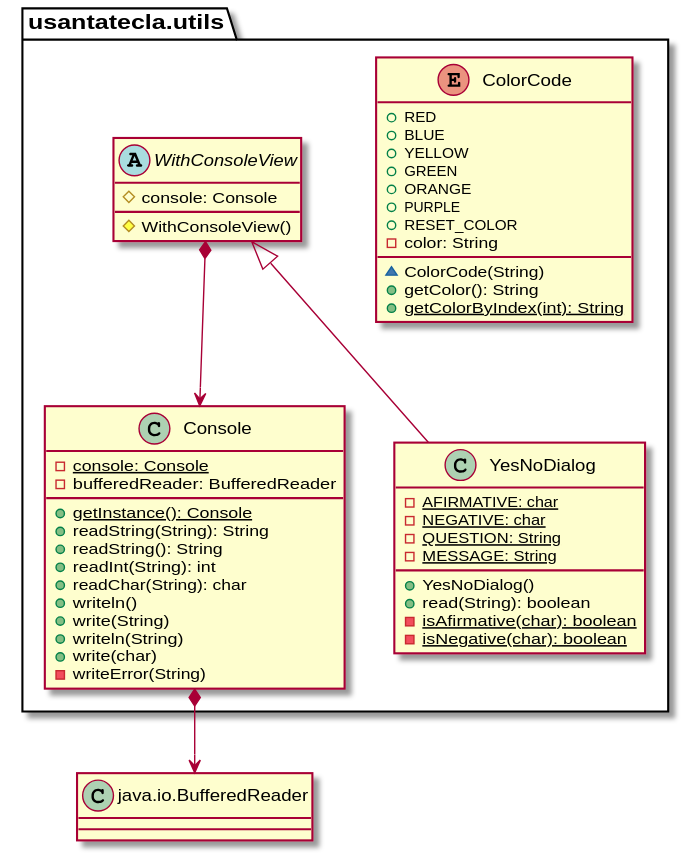
Above: documentView/withoutFactoryMethod/docs/diagrams/out/paquetes/usantatecla.utils.svg in SantaTecla-mastermind/solution.java.swing.socket.sql (PlantUML), before the change. Its diagram source:
```plantuml
@startuml
class BufferedReader as "java.io.BufferedReader"{}

enum usantatecla.utils.ColorCode{
+ RED
+ BLUE
+ YELLOW
+ GREEN
+ ORANGE
+ PURPLE
+ RESET_COLOR
- color: String
~ ColorCode(String)
+ getColor(): String
+ {static} getColorByIndex(int): String
}

class usantatecla.utils.Console{
- {static} console: Console
- bufferedReader: BufferedReader
+ {static} getInstance(): Console
+ readString(String): String
+ readString(): String
+ readInt(String): int
+ readChar(String): char
+ writeln()
+ write(String)
+ writeln(String)
+ write(char)
- writeError(String)
}
usantatecla.utils.Console *-down-> BufferedReader

abstract class usantatecla.utils.WithConsoleView{
# console: Console
# WithConsoleView()
}
usantatecla.utils.WithConsoleView *-down-> usantatecla.utils.Console

class  usantatecla.utils.YesNoDialog{
- {static} AFIRMATIVE: char
- {static} NEGATIVE: char
- {static} QUESTION: String
- {static} MESSAGE: String
+ YesNoDialog()
+ read(String): boolean
- {static} isAfirmative(char): boolean
- {static} isNegative(char): boolean
}
usantatecla.utils.WithConsoleView <|-down- usantatecla.utils.YesNoDialog
@enduml
```
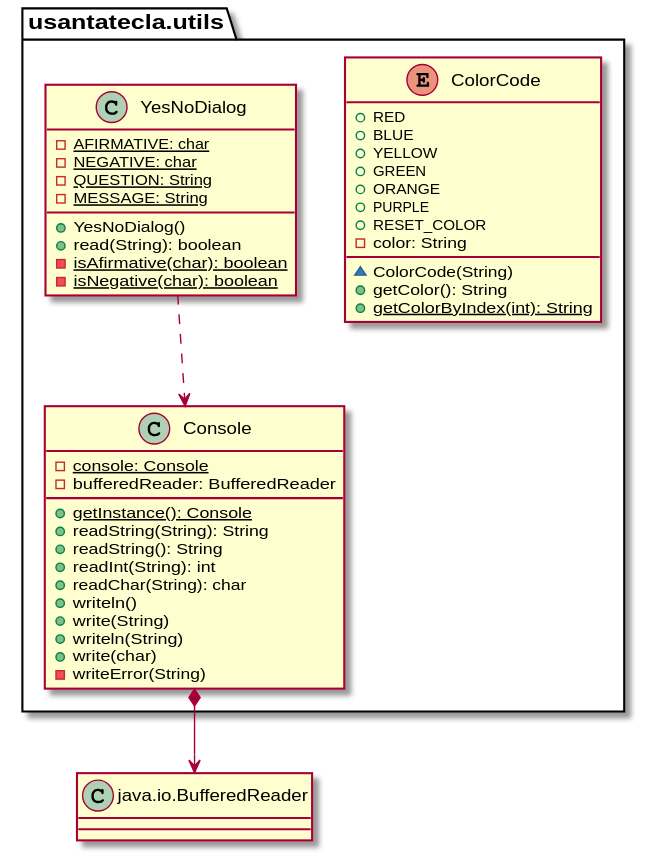
Above is the later version.

Commit message:
[withoutFactory] Cambiado paquete graphics para adaptarlo al null patron. Cambiados diagramas para visualizar cambios

Change to the diagram source:
```diff
@@ -31,12 +31,6 @@
 }
 usantatecla.utils.Console *-down-> BufferedReader
 
-abstract class usantatecla.utils.WithConsoleView{
-# console: Console
-# WithConsoleView()
-}
-usantatecla.utils.WithConsoleView *-down-> usantatecla.utils.Console
-
 class  usantatecla.utils.YesNoDialog{
 - {static} AFIRMATIVE: char
 - {static} NEGATIVE: char
@@ -47,5 +41,5 @@
 - {static} isAfirmative(char): boolean
 - {static} isNegative(char): boolean
 }
-usantatecla.utils.WithConsoleView <|-down- usantatecla.utils.YesNoDialog
+usantatecla.utils.YesNoDialog ..> usantatecla.utils.Console
 @enduml
```
